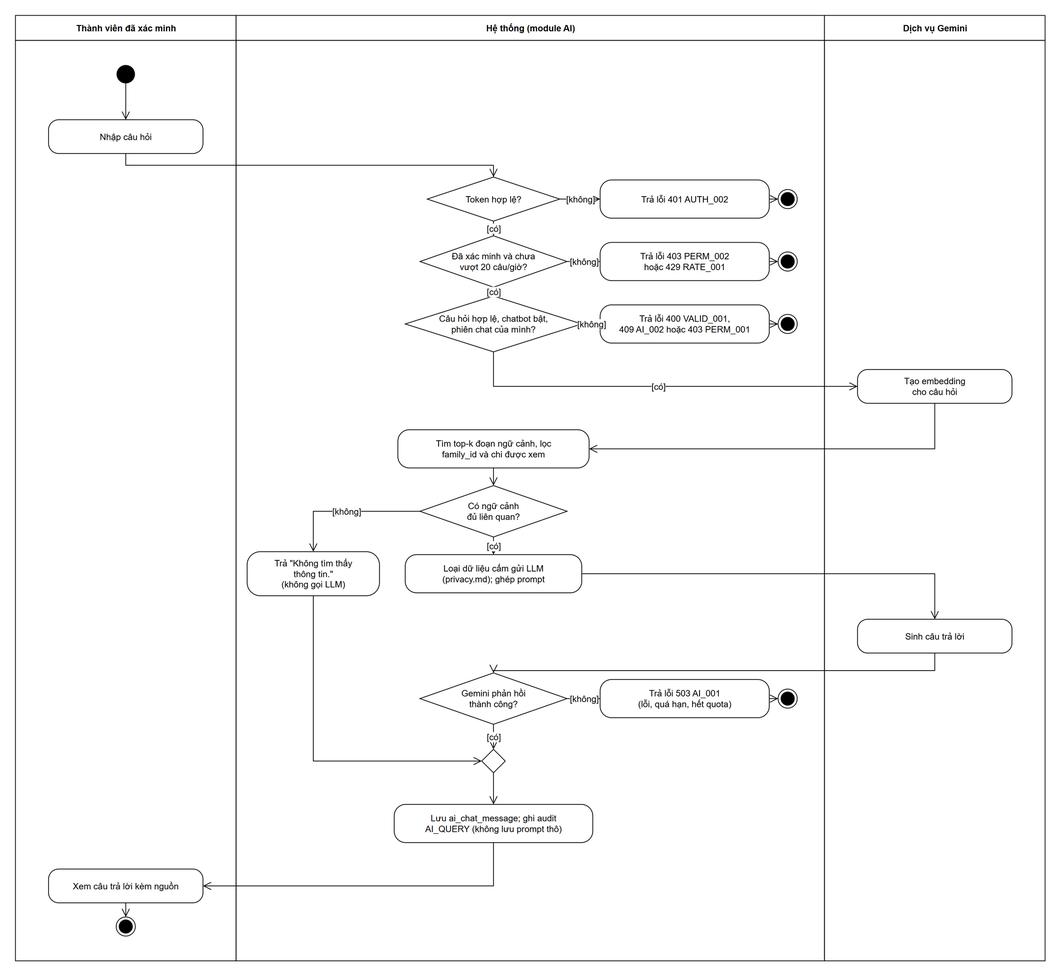
This is docs/images/business-process-4.drawio.png from ngthanhtuann/ai-powered-digital-family-community-platform, a draw.io export, as it was before one commit. Source tidied: cells renumbered, new cells last; positions are measured from the earlier drawing's top-left corner, leaving out a move shared by most shapes.
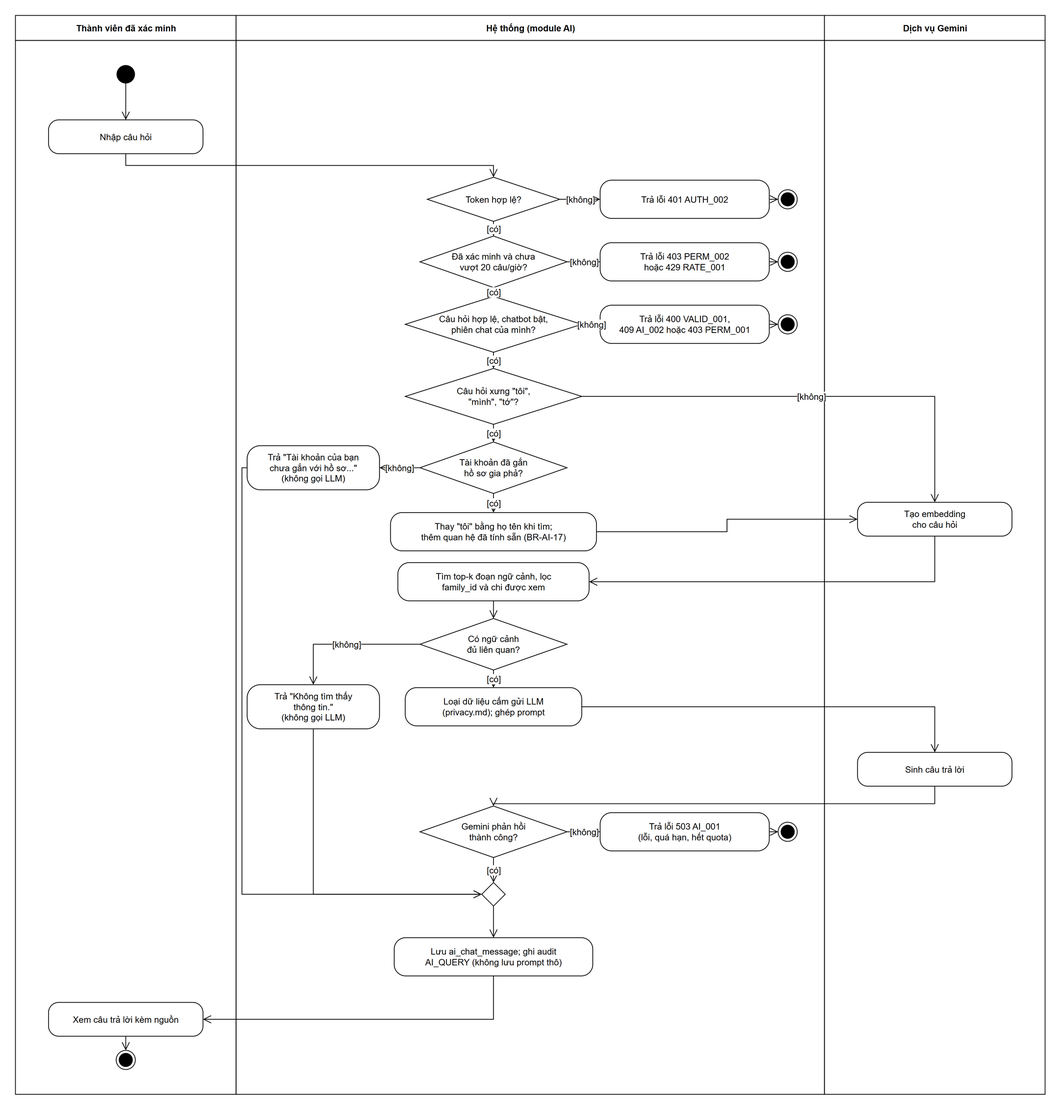
After the commit.

What changed in the source:
```diff
@@ -6,19 +6,19 @@
       <mxGeometry width="300" height="34" as="geometry" />
     </mxCell>
     <mxCell id="3" style="rounded=0;html=1;fillColor=none;strokeColor=#000000;" parent="1" vertex="1">
-      <mxGeometry y="34" width="300" height="1253" as="geometry" />
+      <mxGeometry y="34" width="300" height="1433" as="geometry" />
     </mxCell>
     <mxCell id="4" value="Hệ thống (module AI)" style="rounded=0;html=1;fillColor=#FFFFFF;fontStyle=1;strokeColor=#000000;fontFamily=Arial;fontSize=12;fontColor=#000000;" parent="1" vertex="1">
       <mxGeometry x="300" width="800" height="34" as="geometry" />
     </mxCell>
     <mxCell id="5" style="rounded=0;html=1;fillColor=none;strokeColor=#000000;" parent="1" vertex="1">
-      <mxGeometry x="300" y="34" width="800" height="1253" as="geometry" />
+      <mxGeometry x="300" y="34" width="800" height="1433" as="geometry" />
     </mxCell>
     <mxCell id="6" value="Dịch vụ Gemini" style="rounded=0;html=1;fillColor=#FFFFFF;fontStyle=1;strokeColor=#000000;fontFamily=Arial;fontSize=12;fontColor=#000000;" parent="1" vertex="1">
       <mxGeometry x="1100" width="300" height="34" as="geometry" />
     </mxCell>
     <mxCell id="7" style="rounded=0;html=1;fillColor=none;strokeColor=#000000;" parent="1" vertex="1">
-      <mxGeometry x="1100" y="34" width="300" height="1253" as="geometry" />
+      <mxGeometry x="1100" y="34" width="300" height="1433" as="geometry" />
     </mxCell>
     <mxCell id="8" style="ellipse;html=1;fillColor=#000000;strokeColor=#000000;" parent="1" vertex="1">
       <mxGeometry x="138" y="68" width="24" height="24" as="geometry" />
@@ -36,34 +36,34 @@
       <mxGeometry x="530" y="382" width="240" height="76" as="geometry" />
     </mxCell>
     <mxCell id="13" value="Tạo embedding&lt;br&gt;cho câu hỏi" style="rounded=1;arcSize=30;whiteSpace=wrap;html=1;fillColor=#FFFFFF;strokeColor=#000000;fontFamily=Arial;fontSize=12;fontColor=#000000;" parent="1" vertex="1">
-      <mxGeometry x="1145" y="482" width="210" height="46" as="geometry" />
+      <mxGeometry x="1145" y="662" width="210" height="46" as="geometry" />
     </mxCell>
     <mxCell id="14" value="Tìm top-k đoạn ngữ cảnh, lọc&lt;br&gt;family_id và chi được xem" style="rounded=1;arcSize=30;whiteSpace=wrap;html=1;fillColor=#FFFFFF;strokeColor=#000000;fontFamily=Arial;fontSize=12;fontColor=#000000;" parent="1" vertex="1">
-      <mxGeometry x="520" y="564" width="260" height="52" as="geometry" />
+      <mxGeometry x="520" y="744" width="260" height="52" as="geometry" />
     </mxCell>
     <mxCell id="15" value="Có ngữ cảnh&lt;br&gt;đủ liên quan?" style="rhombus;whiteSpace=wrap;html=1;fillColor=#FFFFFF;strokeColor=#000000;fontFamily=Arial;fontSize=12;fontColor=#000000;" parent="1" vertex="1">
-      <mxGeometry x="550" y="640" width="200" height="70" as="geometry" />
+      <mxGeometry x="550" y="820" width="200" height="70" as="geometry" />
     </mxCell>
     <mxCell id="16" value="Trả &quot;Không tìm thấy&lt;br&gt;thông tin.&quot;&lt;br&gt;(không gọi LLM)" style="rounded=1;arcSize=30;whiteSpace=wrap;html=1;fillColor=#FFFFFF;strokeColor=#000000;fontFamily=Arial;fontSize=12;fontColor=#000000;" parent="1" vertex="1">
-      <mxGeometry x="315" y="730" width="180" height="60" as="geometry" />
+      <mxGeometry x="315" y="910" width="180" height="60" as="geometry" />
     </mxCell>
     <mxCell id="17" value="Loại dữ liệu cấm gửi LLM&lt;br&gt;(privacy.md); ghép prompt" style="rounded=1;arcSize=30;whiteSpace=wrap;html=1;fillColor=#FFFFFF;strokeColor=#000000;fontFamily=Arial;fontSize=12;fontColor=#000000;" parent="1" vertex="1">
-      <mxGeometry x="530" y="734" width="240" height="52" as="geometry" />
+      <mxGeometry x="530" y="914" width="240" height="52" as="geometry" />
     </mxCell>
     <mxCell id="18" value="Sinh câu trả lời" style="rounded=1;arcSize=30;whiteSpace=wrap;html=1;fillColor=#FFFFFF;strokeColor=#000000;fontFamily=Arial;fontSize=12;fontColor=#000000;" parent="1" vertex="1">
-      <mxGeometry x="1145" y="822" width="210" height="46" as="geometry" />
+      <mxGeometry x="1145" y="1002" width="210" height="46" as="geometry" />
     </mxCell>
     <mxCell id="19" value="Gemini phản hồi&lt;br&gt;thành công?" style="rhombus;whiteSpace=wrap;html=1;fillColor=#FFFFFF;strokeColor=#000000;fontFamily=Arial;fontSize=12;fontColor=#000000;" parent="1" vertex="1">
-      <mxGeometry x="550" y="895" width="200" height="70" as="geometry" />
+      <mxGeometry x="550" y="1075" width="200" height="70" as="geometry" />
     </mxCell>
     <mxCell id="20" style="rhombus;html=1;fillColor=#FFFFFF;strokeColor=#000000;" parent="1" vertex="1">
-      <mxGeometry x="634" y="999" width="32" height="32" as="geometry" />
+      <mxGeometry x="634" y="1179" width="32" height="32" as="geometry" />
     </mxCell>
     <mxCell id="21" value="Lưu ai_chat_message; ghi audit&lt;br&gt;AI_QUERY (không lưu prompt thô)" style="rounded=1;arcSize=30;whiteSpace=wrap;html=1;fillColor=#FFFFFF;strokeColor=#000000;fontFamily=Arial;fontSize=12;fontColor=#000000;" parent="1" vertex="1">
-      <mxGeometry x="515" y="1074" width="270" height="52" as="geometry" />
+      <mxGeometry x="515" y="1254" width="270" height="52" as="geometry" />
     </mxCell>
     <mxCell id="22" value="Xem câu trả lời kèm nguồn" style="rounded=1;arcSize=30;whiteSpace=wrap;html=1;fillColor=#FFFFFF;strokeColor=#000000;fontFamily=Arial;fontSize=12;fontColor=#000000;" parent="1" vertex="1">
-      <mxGeometry x="45" y="1162" width="210" height="46" as="geometry" />
+      <mxGeometry x="45" y="1342" width="210" height="46" as="geometry" />
     </mxCell>
     <mxCell id="23" style="edgeStyle=orthogonalEdgeStyle;rounded=0;html=1;endArrow=open;endSize=9;strokeColor=#000000;fontFamily=Arial;fontSize=12;fontColor=#000000;labelBackgroundColor=#FFFFFF;" parent="1" edge="1" source="8" target="9">
       <mxGeometry relative="1" as="geometry" />
@@ -113,17 +113,10 @@
     <mxCell id="38" style="edgeStyle=orthogonalEdgeStyle;rounded=0;html=1;endArrow=open;endSize=9;strokeColor=#000000;fontFamily=Arial;fontSize=12;fontColor=#000000;labelBackgroundColor=#FFFFFF;" parent="1" edge="1" source="35" target="37">
       <mxGeometry relative="1" as="geometry" />
     </mxCell>
-    <mxCell id="39" value="[có]" style="edgeStyle=orthogonalEdgeStyle;rounded=0;html=1;endArrow=open;endSize=9;strokeColor=#000000;fontFamily=Arial;fontSize=12;fontColor=#000000;exitX=0.5;exitY=1;exitDx=0;exitDy=0;entryX=0;entryY=0.5;entryDx=0;entryDy=0;labelBackgroundColor=#FFFFFF;" parent="1" edge="1" source="12" target="13">
-      <mxGeometry relative="1" as="geometry">
-        <Array as="points">
-          <mxPoint x="650" y="505" />
-        </Array>
-      </mxGeometry>
-    </mxCell>
     <mxCell id="40" style="edgeStyle=orthogonalEdgeStyle;rounded=0;html=1;endArrow=open;endSize=9;strokeColor=#000000;fontFamily=Arial;fontSize=12;fontColor=#000000;exitX=0.5;exitY=1;exitDx=0;exitDy=0;entryX=1;entryY=0.5;entryDx=0;entryDy=0;labelBackgroundColor=#FFFFFF;" parent="1" edge="1" source="13" target="14">
       <mxGeometry relative="1" as="geometry">
         <Array as="points">
-          <mxPoint x="1250" y="590" />
+          <mxPoint x="1250" y="770" />
         </Array>
       </mxGeometry>
     </mxCell>
@@ -133,7 +126,7 @@
     <mxCell id="42" value="[không]" style="edgeStyle=orthogonalEdgeStyle;rounded=0;html=1;endArrow=open;endSize=9;strokeColor=#000000;fontFamily=Arial;fontSize=12;fontColor=#000000;exitX=0;exitY=0.5;exitDx=0;exitDy=0;entryX=0.5;entryY=0;entryDx=0;entryDy=0;labelBackgroundColor=#FFFFFF;" parent="1" edge="1" source="15" target="16">
       <mxGeometry relative="1" as="geometry">
         <Array as="points">
-          <mxPoint x="405" y="675" />
+          <mxPoint x="405" y="855" />
         </Array>
       </mxGeometry>
     </mxCell>
@@ -143,26 +136,26 @@
     <mxCell id="44" style="edgeStyle=orthogonalEdgeStyle;rounded=0;html=1;endArrow=open;endSize=9;strokeColor=#000000;fontFamily=Arial;fontSize=12;fontColor=#000000;exitX=1;exitY=0.5;exitDx=0;exitDy=0;entryX=0.5;entryY=0;entryDx=0;entryDy=0;labelBackgroundColor=#FFFFFF;" parent="1" edge="1" source="17" target="18">
       <mxGeometry relative="1" as="geometry">
         <Array as="points">
-          <mxPoint x="1250" y="760" />
+          <mxPoint x="1250" y="940" />
         </Array>
       </mxGeometry>
     </mxCell>
     <mxCell id="45" style="edgeStyle=orthogonalEdgeStyle;rounded=0;html=1;endArrow=open;endSize=9;strokeColor=#000000;fontFamily=Arial;fontSize=12;fontColor=#000000;exitX=0.5;exitY=1;exitDx=0;exitDy=0;entryX=0.5;entryY=0;entryDx=0;entryDy=0;labelBackgroundColor=#FFFFFF;" parent="1" edge="1" source="18" target="19">
       <mxGeometry relative="1" as="geometry">
         <Array as="points">
-          <mxPoint x="1250" y="891.8" />
-          <mxPoint x="650" y="891.8" />
+          <mxPoint x="1250" y="1071.8" />
+          <mxPoint x="650" y="1071.8" />
         </Array>
       </mxGeometry>
     </mxCell>
     <mxCell id="46" value="Trả lỗi 503 AI_001&lt;br&gt;(lỗi, quá hạn, hết quota)" style="rounded=1;arcSize=30;whiteSpace=wrap;html=1;fillColor=#FFFFFF;strokeColor=#000000;fontFamily=Arial;fontSize=12;fontColor=#000000;" parent="1" vertex="1">
-      <mxGeometry x="795" y="904" width="230" height="52" as="geometry" />
+      <mxGeometry x="795" y="1084" width="230" height="52" as="geometry" />
     </mxCell>
     <mxCell id="47" value="[không]" style="edgeStyle=orthogonalEdgeStyle;rounded=0;html=1;endArrow=open;endSize=9;strokeColor=#000000;fontFamily=Arial;fontSize=12;fontColor=#000000;exitX=1;exitY=0.5;exitDx=0;exitDy=0;entryX=0;entryY=0.5;entryDx=0;entryDy=0;labelBackgroundColor=#FFFFFF;" parent="1" edge="1" source="19" target="46">
       <mxGeometry relative="1" as="geometry" />
     </mxCell>
     <mxCell id="48" style="ellipse;html=1;shape=endState;fillColor=#000000;strokeColor=#000000;" parent="1" vertex="1">
-      <mxGeometry x="1037" y="917" width="26" height="26" as="geometry" />
+      <mxGeometry x="1037" y="1097" width="26" height="26" as="geometry" />
     </mxCell>
     <mxCell id="49" style="edgeStyle=orthogonalEdgeStyle;rounded=0;html=1;endArrow=open;endSize=9;strokeColor=#000000;fontFamily=Arial;fontSize=12;fontColor=#000000;labelBackgroundColor=#FFFFFF;" parent="1" edge="1" source="46" target="48">
       <mxGeometry relative="1" as="geometry" />
@@ -173,7 +166,7 @@
     <mxCell id="51" style="edgeStyle=orthogonalEdgeStyle;rounded=0;html=1;endArrow=open;endSize=9;strokeColor=#000000;fontFamily=Arial;fontSize=12;fontColor=#000000;exitX=0.5;exitY=1;exitDx=0;exitDy=0;entryX=0;entryY=0.5;entryDx=0;entryDy=0;labelBackgroundColor=#FFFFFF;" parent="1" edge="1" source="16" target="20">
       <mxGeometry relative="1" as="geometry">
         <Array as="points">
-          <mxPoint x="405" y="1015" />
+          <mxPoint x="405" y="1195" />
         </Array>
       </mxGeometry>
     </mxCell>
@@ -183,15 +176,57 @@
     <mxCell id="53" style="edgeStyle=orthogonalEdgeStyle;rounded=0;html=1;endArrow=open;endSize=9;strokeColor=#000000;fontFamily=Arial;fontSize=12;fontColor=#000000;exitX=0.5;exitY=1;exitDx=0;exitDy=0;entryX=1;entryY=0.5;entryDx=0;entryDy=0;labelBackgroundColor=#FFFFFF;" parent="1" edge="1" source="21" target="22">
       <mxGeometry relative="1" as="geometry">
         <Array as="points">
-          <mxPoint x="650" y="1185" />
+          <mxPoint x="650" y="1365" />
         </Array>
       </mxGeometry>
     </mxCell>
     <mxCell id="54" style="ellipse;html=1;shape=endState;fillColor=#000000;strokeColor=#000000;" parent="1" vertex="1">
-      <mxGeometry x="137" y="1227.2" width="26" height="26" as="geometry" />
+      <mxGeometry x="137" y="1407.2" width="26" height="26" as="geometry" />
     </mxCell>
     <mxCell id="55" style="edgeStyle=orthogonalEdgeStyle;rounded=0;html=1;endArrow=open;endSize=9;strokeColor=#000000;fontFamily=Arial;fontSize=12;fontColor=#000000;labelBackgroundColor=#FFFFFF;" parent="1" edge="1" source="22" target="54">
       <mxGeometry relative="1" as="geometry" />
     </mxCell>
+    <mxCell id="56" value="Câu hỏi xưng &quot;tôi&quot;,&lt;br&gt;&quot;mình&quot;, &quot;tớ&quot;?" style="rhombus;whiteSpace=wrap;html=1;fillColor=#FFFFFF;strokeColor=#000000;fontFamily=Arial;fontSize=12;fontColor=#000000;" parent="1" vertex="1">
+      <mxGeometry x="530" y="480" width="240" height="76" as="geometry" />
+    </mxCell>
+    <mxCell id="57" value="Tài khoản đã gắn&lt;br&gt;hồ sơ gia phả?" style="rhombus;whiteSpace=wrap;html=1;fillColor=#FFFFFF;strokeColor=#000000;fontFamily=Arial;fontSize=12;fontColor=#000000;" parent="1" vertex="1">
+      <mxGeometry x="550" y="580" width="200" height="70" as="geometry" />
+    </mxCell>
+    <mxCell id="58" value="Trả &quot;Tài khoản của bạn&lt;br&gt;chưa gắn với hồ sơ...&quot;&lt;br&gt;(không gọi LLM)" style="rounded=1;arcSize=30;whiteSpace=wrap;html=1;fillColor=#FFFFFF;strokeColor=#000000;fontFamily=Arial;fontSize=12;fontColor=#000000;" parent="1" vertex="1">
+      <mxGeometry x="315" y="585" width="180" height="60" as="geometry" />
+    </mxCell>
+    <mxCell id="59" value="Thay &quot;tôi&quot; bằng họ tên khi tìm;&lt;br&gt;thêm quan hệ đã tính sẵn (BR-AI-17)" style="rounded=1;arcSize=30;whiteSpace=wrap;html=1;fillColor=#FFFFFF;strokeColor=#000000;fontFamily=Arial;fontSize=12;fontColor=#000000;" parent="1" vertex="1">
+      <mxGeometry x="510" y="676" width="280" height="52" as="geometry" />
+    </mxCell>
+    <mxCell id="60" value="[có]" style="edgeStyle=orthogonalEdgeStyle;rounded=0;html=1;endArrow=open;endSize=9;strokeColor=#000000;fontFamily=Arial;fontSize=12;fontColor=#000000;exitDx=0;exitDy=0;entryDx=0;entryDy=0;labelBackgroundColor=#FFFFFF;exitX=0.5;exitY=1;entryX=0.5;entryY=0;" parent="1" edge="1" source="12" target="56">
+      <mxGeometry relative="1" as="geometry" />
+    </mxCell>
+    <mxCell id="61" value="[không]" style="edgeStyle=orthogonalEdgeStyle;rounded=0;html=1;endArrow=open;endSize=9;strokeColor=#000000;fontFamily=Arial;fontSize=12;fontColor=#000000;exitDx=0;exitDy=0;entryDx=0;entryDy=0;labelBackgroundColor=#FFFFFF;exitX=1;exitY=0.5;entryX=0.5;entryY=0;" parent="1" edge="1" source="56" target="13">
+      <mxGeometry relative="1" as="geometry">
+        <Array as="points">
+          <mxPoint x="1250" y="518" />
+        </Array>
+      </mxGeometry>
+    </mxCell>
+    <mxCell id="62" value="[có]" style="edgeStyle=orthogonalEdgeStyle;rounded=0;html=1;endArrow=open;endSize=9;strokeColor=#000000;fontFamily=Arial;fontSize=12;fontColor=#000000;exitDx=0;exitDy=0;entryDx=0;entryDy=0;labelBackgroundColor=#FFFFFF;exitX=0.5;exitY=1;entryX=0.5;entryY=0;" parent="1" edge="1" source="56" target="57">
+      <mxGeometry relative="1" as="geometry" />
+    </mxCell>
+    <mxCell id="63" value="[không]" style="edgeStyle=orthogonalEdgeStyle;rounded=0;html=1;endArrow=open;endSize=9;strokeColor=#000000;fontFamily=Arial;fontSize=12;fontColor=#000000;exitDx=0;exitDy=0;entryDx=0;entryDy=0;labelBackgroundColor=#FFFFFF;exitX=0;exitY=0.5;entryX=1;entryY=0.5;" parent="1" edge="1" source="57" target="58">
+      <mxGeometry relative="1" as="geometry" />
+    </mxCell>
+    <mxCell id="64" style="edgeStyle=orthogonalEdgeStyle;rounded=0;html=1;endArrow=open;endSize=9;strokeColor=#000000;fontFamily=Arial;fontSize=12;fontColor=#000000;exitDx=0;exitDy=0;entryDx=0;entryDy=0;labelBackgroundColor=#FFFFFF;exitX=0;exitY=0.5;entryX=0;entryY=0.5;" parent="1" edge="1" source="58" target="20">
+      <mxGeometry relative="1" as="geometry">
+        <Array as="points">
+          <mxPoint x="308" y="615" />
+          <mxPoint x="308" y="1195" />
+        </Array>
+      </mxGeometry>
+    </mxCell>
+    <mxCell id="65" value="[có]" style="edgeStyle=orthogonalEdgeStyle;rounded=0;html=1;endArrow=open;endSize=9;strokeColor=#000000;fontFamily=Arial;fontSize=12;fontColor=#000000;exitDx=0;exitDy=0;entryDx=0;entryDy=0;labelBackgroundColor=#FFFFFF;exitX=0.5;exitY=1;entryX=0.5;entryY=0;" parent="1" edge="1" source="57" target="59">
+      <mxGeometry relative="1" as="geometry" />
+    </mxCell>
+    <mxCell id="66" style="edgeStyle=orthogonalEdgeStyle;rounded=0;html=1;endArrow=open;endSize=9;strokeColor=#000000;fontFamily=Arial;fontSize=12;fontColor=#000000;exitDx=0;exitDy=0;entryDx=0;entryDy=0;labelBackgroundColor=#FFFFFF;exitX=1;exitY=0.5;entryX=0;entryY=0.5;" parent="1" edge="1" source="59" target="13">
+      <mxGeometry relative="1" as="geometry" />
+    </mxCell>
   </root>
 </mxGraphModel>
```
